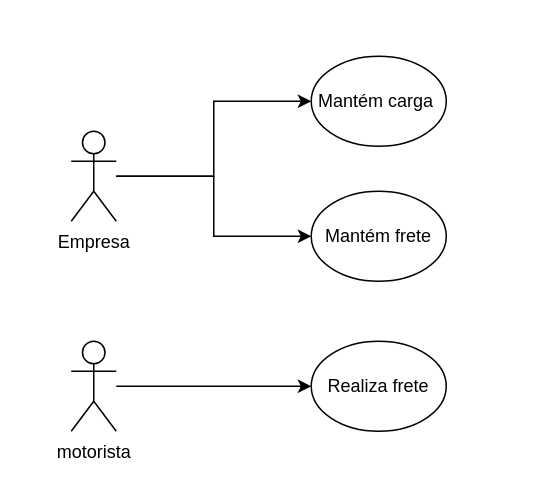
The draw.io diagram Diagrama sem nome.drawio in rafaelomodei/meufrete, before the edit. Source tidied: cells renumbered, new cells numbered last; positions are measured from the earlier drawing's top-left corner, leaving out a move shared by most shapes. Both pictures are drawn from the tidied source at 150%, with x=0, y=0 at pixel (70, 56).
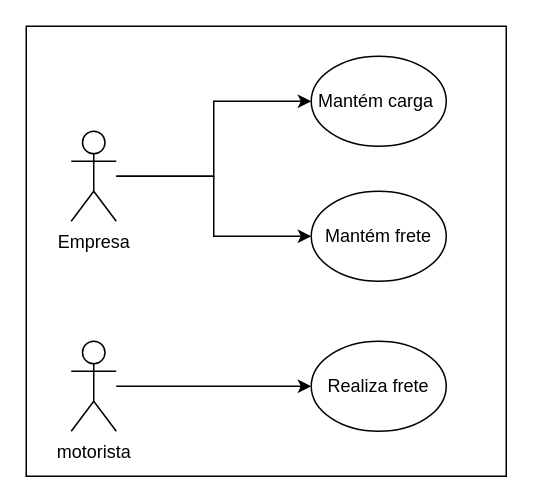
The same diagram, later.

Change to the diagram source:
```diff
@@
 <mxGraphModel>
   <root>
     <mxCell id="0" />
     <mxCell id="1" parent="0" />
     <mxCell id="2" style="edgeStyle=orthogonalEdgeStyle;rounded=0;jettySize=auto;html=1;" parent="1" edge="1" source="4" target="5">
       <mxGeometry relative="1" as="geometry" />
     </mxCell>
     <mxCell id="3" style="edgeStyle=orthogonalEdgeStyle;rounded=0;jettySize=auto;html=1;entryX=0;entryY=0.5;entryDx=0;entryDy=0;" parent="1" edge="1" source="4" target="6">
       <mxGeometry relative="1" as="geometry" />
     </mxCell>
     <mxCell id="4" value="Empresa" style="shape=umlActor;verticalLabelPosition=bottom;verticalAlign=top;html=1;outlineConnect=0;" parent="1" vertex="1">
       <mxGeometry y="50" width="30" height="60" as="geometry" />
     </mxCell>
     <mxCell id="5" value="Mantém&amp;nbsp;frete" style="ellipse;whiteSpace=wrap;html=1;" parent="1" vertex="1">
       <mxGeometry x="160" y="90" width="90" height="60" as="geometry" />
     </mxCell>
     <mxCell id="6" value="Mantém carga&amp;nbsp;" style="ellipse;whiteSpace=wrap;html=1;" parent="1" vertex="1">
       <mxGeometry x="160" width="90" height="60" as="geometry" />
     </mxCell>
     <mxCell id="7" style="edgeStyle=orthogonalEdgeStyle;rounded=0;jettySize=auto;html=1;" parent="1" edge="1" source="8" target="9">
       <mxGeometry relative="1" as="geometry" />
     </mxCell>
     <mxCell id="8" value="motorista" style="shape=umlActor;verticalLabelPosition=bottom;verticalAlign=top;html=1;outlineConnect=0;" parent="1" vertex="1">
       <mxGeometry y="190" width="30" height="60" as="geometry" />
     </mxCell>
     <mxCell id="9" value="Realiza frete" style="ellipse;whiteSpace=wrap;html=1;" parent="1" vertex="1">
       <mxGeometry x="160" y="190" width="90" height="60" as="geometry" />
     </mxCell>
+    <mxCell id="10" style="rounded=0;whiteSpace=wrap;html=1;fillColor=none;" parent="1" vertex="1">
+      <mxGeometry x="-30" y="-20" width="320" height="300" as="geometry" />
+    </mxCell>
   </root>
 </mxGraphModel>
```
